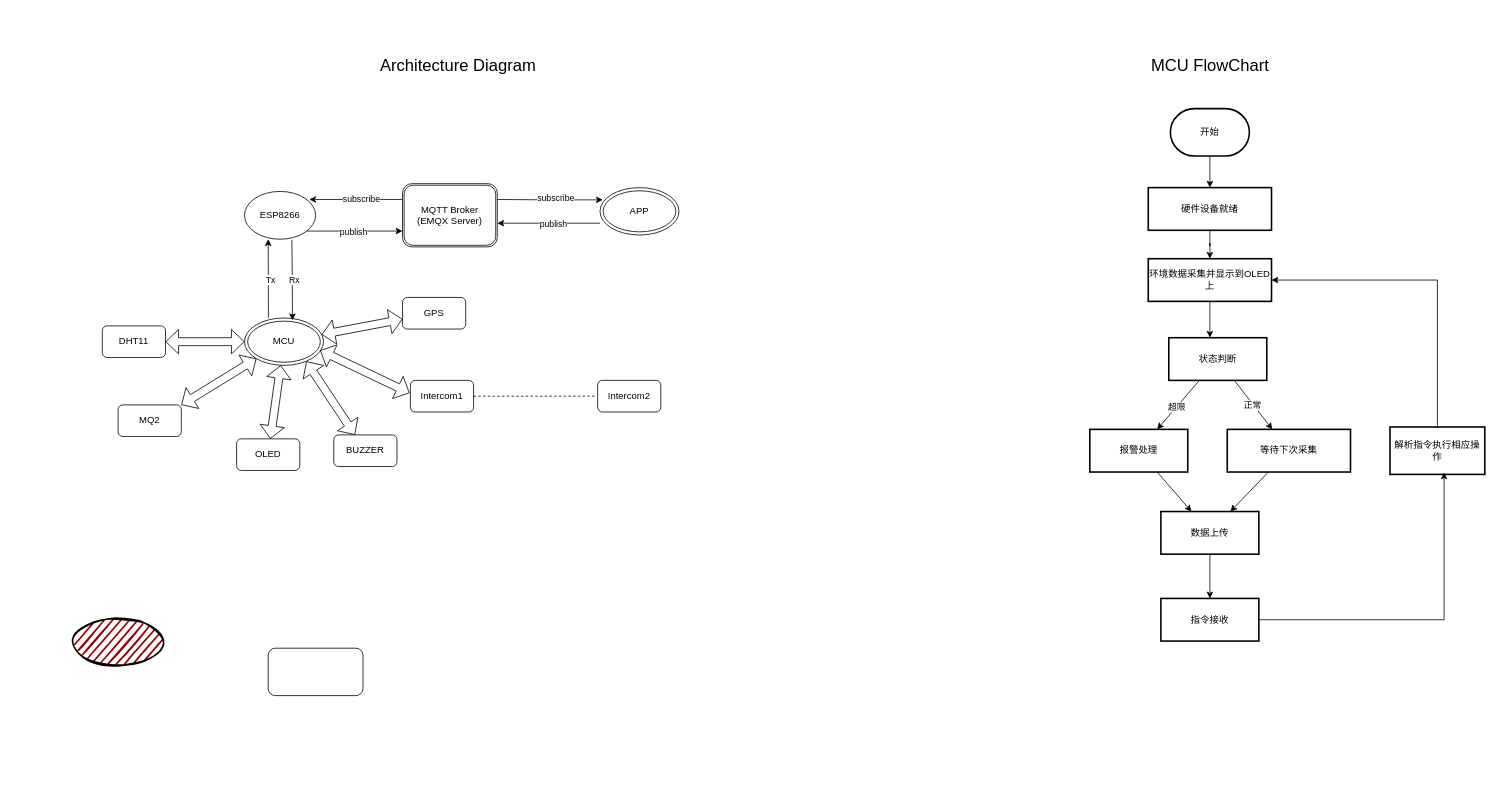
This is 01_Function_Map/MineSafe.drawio from Lee-Txwg/Miner_Helmet, a draw.io file, before an edit. Source tidied: cells renumbered, new cells numbered last; positions are measured from the earlier drawing's top-left corner, leaving out a move shared by most shapes. Both pictures are drawn from the tidied source at 79%, with x=0, y=0 at pixel (70, 49).
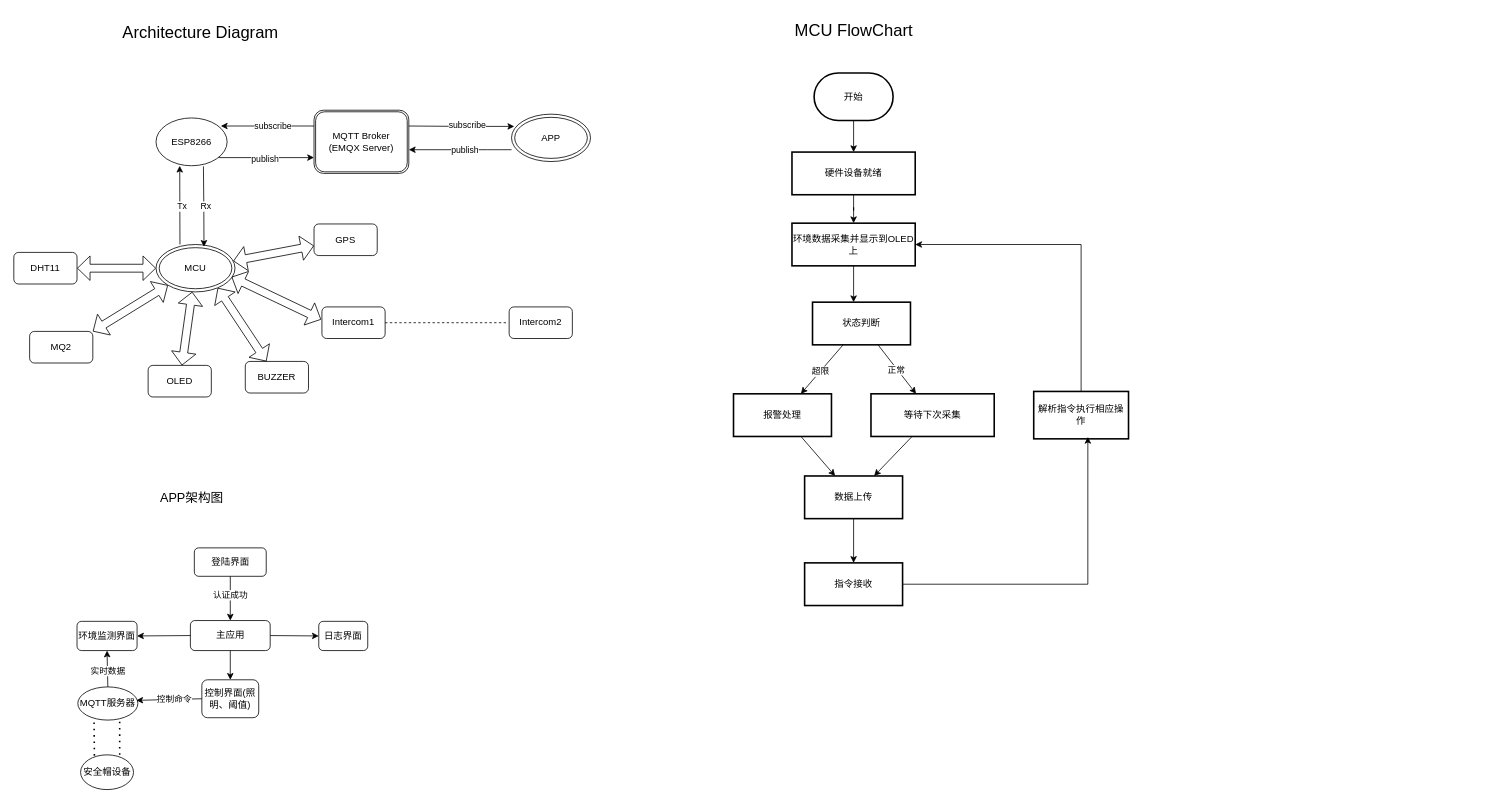
Above is the later version.

The edit, as a diff of the source:
```diff
@@
     <mxCell id="3" value="硬件设备就绪" style="whiteSpace=wrap;strokeWidth=2;" parent="1" vertex="1">
-      <mxGeometry x="1364" y="175" width="156" height="54" as="geometry" />
+      <mxGeometry x="913" y="130" width="156" height="54" as="geometry" />
     </mxCell>
     <mxCell id="4" style="edgeStyle=orthogonalEdgeStyle;rounded=0;jettySize=auto;html=1;" parent="1" edge="1" source="5" target="6">
       <mxGeometry relative="1" as="geometry">
         <Array as="points">
-          <mxPoint x="1442" y="355" />
-          <mxPoint x="1442" y="355" />
+          <mxPoint x="991" y="310" />
+          <mxPoint x="991" y="310" />
         </Array>
       </mxGeometry>
     </mxCell>
     <mxCell id="5" value="环境数据采集并显示到OLED上" style="whiteSpace=wrap;strokeWidth=2;" parent="1" vertex="1">
-      <mxGeometry x="1364" y="265" width="156" height="54" as="geometry" />
+      <mxGeometry x="913" y="220" width="156" height="54" as="geometry" />
     </mxCell>
     <mxCell id="6" value="状态判断" style="whiteSpace=wrap;strokeWidth=2;" parent="1" vertex="1">
-      <mxGeometry x="1390" y="365" width="124" height="54" as="geometry" />
+      <mxGeometry x="939" y="320" width="124" height="54" as="geometry" />
     </mxCell>
     <mxCell id="7" value="报警处理" style="whiteSpace=wrap;strokeWidth=2;" parent="1" vertex="1">
-      <mxGeometry x="1290" y="481" width="124" height="54" as="geometry" />
+      <mxGeometry x="839" y="436" width="124" height="54" as="geometry" />
     </mxCell>
     <mxCell id="8" value="等待下次采集" style="whiteSpace=wrap;strokeWidth=2;" parent="1" vertex="1">
-      <mxGeometry x="1464" y="481" width="156" height="54" as="geometry" />
+      <mxGeometry x="1013" y="436" width="156" height="54" as="geometry" />
     </mxCell>
     <mxCell id="9" value="数据上传" style="whiteSpace=wrap;strokeWidth=2;" parent="1" vertex="1">
-      <mxGeometry x="1380" y="585" width="124" height="54" as="geometry" />
+      <mxGeometry x="929" y="540" width="124" height="54" as="geometry" />
     </mxCell>
     <mxCell id="10" value="指令接收" style="whiteSpace=wrap;strokeWidth=2;" parent="1" vertex="1">
-      <mxGeometry x="1380" y="695" width="124" height="54" as="geometry" />
+      <mxGeometry x="929" y="650" width="124" height="54" as="geometry" />
     </mxCell>
@@
     <mxCell id="19" value="开始" style="strokeWidth=2;html=1;shape=mxgraph.flowchart.terminator;whiteSpace=wrap;" parent="1" vertex="1">
-      <mxGeometry x="1392" y="75" width="100" height="60" as="geometry" />
+      <mxGeometry x="941" y="30" width="100" height="60" as="geometry" />
     </mxCell>
@@
     <mxCell id="21" value="解析指令执行相应操作" style="rounded=0;whiteSpace=wrap;html=1;strokeWidth=2;" parent="1" vertex="1">
-      <mxGeometry x="1670" y="478" width="120" height="60" as="geometry" />
+      <mxGeometry x="1219" y="433" width="120" height="60" as="geometry" />
     </mxCell>
@@
     <mxCell id="23" value="&lt;font style=&quot;font-size: 21px;&quot;&gt;MCU FlowChart&lt;/font&gt;" style="text;html=1;align=center;verticalAlign=middle;strokeColor=none;fillColor=none;strokeWidth=5;" parent="1" vertex="1">
-      <mxGeometry x="1357" width="170" height="40" as="geometry" />
+      <mxGeometry x="906" y="-45" width="170" height="40" as="geometry" />
     </mxCell>
     <mxCell id="24" value="&lt;font style=&quot;font-size: 21px;&quot;&gt;Architecture Diagram&lt;/font&gt;" style="text;html=1;align=center;verticalAlign=middle;strokeColor=none;fillColor=none;strokeWidth=5;" parent="1" vertex="1">
-      <mxGeometry x="380" width="220" height="40" as="geometry" />
+      <mxGeometry x="53.5" y="-42" width="220" height="40" as="geometry" />
     </mxCell>
-    <mxCell id="25" style="rounded=1;whiteSpace=wrap;html=1;" parent="1" vertex="1">
-      <mxGeometry x="250" y="758" width="120" height="60" as="geometry" />
-    </mxCell>
     <mxCell id="26" style="edgeStyle=orthogonalEdgeStyle;rounded=0;orthogonalLoop=1;jettySize=auto;html=1;" parent="1" edge="1">
       <mxGeometry relative="1" as="geometry">
-        <mxPoint x="422" y="190" as="sourcePoint" />
-        <mxPoint x="302" y="190" as="targetPoint" />
+        <mxPoint x="310" y="97" as="sourcePoint" />
+        <mxPoint x="190" y="97" as="targetPoint" />
         <Array as="points">
-          <mxPoint x="392" y="190" />
-          <mxPoint x="392" y="190" />
+          <mxPoint x="280" y="97" />
+          <mxPoint x="280" y="97" />
         </Array>
       </mxGeometry>
     </mxCell>
@@
     <mxCell id="29" value="MQTT Broker&lt;div&gt;&amp;nbsp;(EMQX Server)&amp;nbsp;&lt;/div&gt;" style="shape=ext;double=1;rounded=1;whiteSpace=wrap;html=1;" parent="1" vertex="1">
-      <mxGeometry x="420" y="170" width="120" height="80" as="geometry" />
+      <mxGeometry x="308" y="77" width="120" height="80" as="geometry" />
     </mxCell>
     <mxCell id="30" value="MCU" style="ellipse;shape=doubleEllipse;whiteSpace=wrap;html=1;" parent="1" vertex="1">
-      <mxGeometry x="220" y="340" width="100" height="60" as="geometry" />
+      <mxGeometry x="108" y="247" width="100" height="60" as="geometry" />
     </mxCell>
-    <mxCell id="31" style="ellipse;whiteSpace=wrap;html=1;strokeWidth=2;fillWeight=2;hachureGap=8;fillColor=#990000;fillStyle=dots;sketch=1;" parent="1" vertex="1">
-      <mxGeometry y="720" width="120" height="60" as="geometry" />
-    </mxCell>
     <mxCell id="32" value="APP" style="ellipse;shape=doubleEllipse;whiteSpace=wrap;html=1;" parent="1" vertex="1">
-      <mxGeometry x="670" y="175" width="100" height="60" as="geometry" />
+      <mxGeometry x="558" y="82" width="100" height="60" as="geometry" />
     </mxCell>
     <mxCell id="33" style="edgeStyle=orthogonalEdgeStyle;rounded=0;jettySize=auto;html=1;" parent="1" edge="1" source="35" target="29">
       <mxGeometry relative="1" as="geometry">
         <Array as="points">
-          <mxPoint x="360" y="230" />
-          <mxPoint x="360" y="230" />
+          <mxPoint x="248" y="137" />
+          <mxPoint x="248" y="137" />
         </Array>
       </mxGeometry>
     </mxCell>
@@
     <mxCell id="35" value="ESP8266" style="ellipse;whiteSpace=wrap;html=1;" parent="1" vertex="1">
-      <mxGeometry x="220" y="179.8" width="90" height="60.5" as="geometry" />
+      <mxGeometry x="108" y="86.8" width="90" height="60.5" as="geometry" />
     </mxCell>
     <mxCell id="36" style="endArrow=classic;html=1;rounded=0;exitX=0.4;exitY=0;exitDx=0;exitDy=0;exitPerimeter=0;entryX=0.33;entryY=1.001;entryDx=0;entryDy=0;entryPerimeter=0;" parent="1" edge="1">
       <mxGeometry relative="1" as="geometry">
-        <mxPoint x="250.3" y="339.9" as="sourcePoint" />
-        <mxPoint x="250" y="240.3" as="targetPoint" />
+        <mxPoint x="138.3" y="246.9" as="sourcePoint" />
+        <mxPoint x="138" y="147.3" as="targetPoint" />
       </mxGeometry>
     </mxCell>
@@
     <mxCell id="38" style="edgeStyle=orthogonalEdgeStyle;rounded=0;orthogonalLoop=1;jettySize=auto;html=1;entryX=0.035;entryY=0.592;entryDx=0;entryDy=0;entryPerimeter=0;" parent="1" edge="1">
       <mxGeometry relative="1" as="geometry">
-        <mxPoint x="540" y="190" as="sourcePoint" />
-        <mxPoint x="673.5" y="190.5" as="targetPoint" />
+        <mxPoint x="428" y="97" as="sourcePoint" />
+        <mxPoint x="561.5" y="97.5" as="targetPoint" />
       </mxGeometry>
     </mxCell>
@@
     <mxCell id="40" style="edgeStyle=orthogonalEdgeStyle;rounded=0;orthogonalLoop=1;jettySize=auto;html=1;entryX=1;entryY=0.438;entryDx=0;entryDy=0;entryPerimeter=0;" parent="1" edge="1">
       <mxGeometry relative="1" as="geometry">
-        <mxPoint x="670" y="220" as="sourcePoint" />
-        <mxPoint x="540" y="220" as="targetPoint" />
+        <mxPoint x="558" y="127" as="sourcePoint" />
+        <mxPoint x="428" y="127" as="targetPoint" />
         <Array as="points">
-          <mxPoint x="640" y="220" />
-          <mxPoint x="640" y="220" />
+          <mxPoint x="528" y="127" />
+          <mxPoint x="528" y="127" />
         </Array>
       </mxGeometry>
     </mxCell>
@@
     <mxCell id="42" style="edgeStyle=orthogonalEdgeStyle;rounded=0;orthogonalLoop=1;jettySize=auto;html=1;entryX=0.457;entryY=0.034;entryDx=0;entryDy=0;entryPerimeter=0;" parent="1" edge="1">
       <mxGeometry relative="1" as="geometry">
-        <mxPoint x="280" y="241.1" as="sourcePoint" />
-        <mxPoint x="280.7" y="342.9" as="targetPoint" />
+        <mxPoint x="168" y="148.1" as="sourcePoint" />
+        <mxPoint x="168.7" y="249.9" as="targetPoint" />
       </mxGeometry>
     </mxCell>
@@
     <mxCell id="44" value="MQ2" style="rounded=1;whiteSpace=wrap;html=1;" parent="1" vertex="1">
-      <mxGeometry x="60" y="450" width="80" height="40" as="geometry" />
+      <mxGeometry x="-52" y="357" width="80" height="40" as="geometry" />
     </mxCell>
     <mxCell id="45" value="DHT11" style="rounded=1;whiteSpace=wrap;html=1;" parent="1" vertex="1">
-      <mxGeometry x="40" y="350" width="80" height="40" as="geometry" />
+      <mxGeometry x="-72" y="257" width="80" height="40" as="geometry" />
     </mxCell>
     <mxCell id="46" value="GPS" style="rounded=1;whiteSpace=wrap;html=1;" parent="1" vertex="1">
-      <mxGeometry x="420" y="314" width="80" height="40" as="geometry" />
+      <mxGeometry x="308" y="221" width="80" height="40" as="geometry" />
     </mxCell>
     <mxCell id="47" value="BUZZER" style="rounded=1;whiteSpace=wrap;html=1;" parent="1" vertex="1">
-      <mxGeometry x="333" y="488" width="80" height="40" as="geometry" />
+      <mxGeometry x="221" y="395" width="80" height="40" as="geometry" />
     </mxCell>
     <mxCell id="48" value="OLED" style="rounded=1;whiteSpace=wrap;html=1;" parent="1" vertex="1">
-      <mxGeometry x="210" y="493" width="80" height="40" as="geometry" />
+      <mxGeometry x="98" y="400" width="80" height="40" as="geometry" />
     </mxCell>
@@
     <mxCell id="54" style="shape=flexArrow;endArrow=classic;startArrow=classic;html=1;rounded=0;startSize=5;endSize=5;entryX=0.956;entryY=0.616;entryDx=0;entryDy=0;entryPerimeter=0;" parent="1" edge="1">
       <mxGeometry relative="1" as="geometry">
-        <mxPoint x="429" y="435" as="sourcePoint" />
-        <mxPoint x="315.6" y="381" as="targetPoint" />
+        <mxPoint x="317" y="342" as="sourcePoint" />
+        <mxPoint x="203.6" y="288" as="targetPoint" />
       </mxGeometry>
     </mxCell>
     <mxCell id="55" value="Intercom1" style="rounded=1;whiteSpace=wrap;html=1;" parent="1" vertex="1">
-      <mxGeometry x="430" y="419" width="80" height="40" as="geometry" />
+      <mxGeometry x="318" y="326" width="80" height="40" as="geometry" />
     </mxCell>
     <mxCell id="56" value="Intercom2" style="rounded=1;whiteSpace=wrap;html=1;" parent="1" vertex="1">
-      <mxGeometry x="667" y="419" width="80" height="40" as="geometry" />
+      <mxGeometry x="555" y="326" width="80" height="40" as="geometry" />
     </mxCell>
     <mxCell id="57" style="endArrow=none;dashed=1;html=1;rounded=0;" parent="1" edge="1">
       <mxGeometry relative="1" as="geometry">
-        <mxPoint x="510" y="439" as="sourcePoint" />
-        <mxPoint x="666" y="439" as="targetPoint" />
+        <mxPoint x="398" y="346" as="sourcePoint" />
+        <mxPoint x="554" y="346" as="targetPoint" />
       </mxGeometry>
     </mxCell>
+    <mxCell id="58" value="登陆界面" style="rounded=1;whiteSpace=wrap;html=1;" parent="1" vertex="1">
+      <mxGeometry x="156.5" y="631" width="91" height="36" as="geometry" />
+    </mxCell>
+    <mxCell id="59" value="主应用" style="rounded=1;whiteSpace=wrap;html=1;" parent="1" vertex="1">
+      <mxGeometry x="151.5" y="723" width="101" height="38" as="geometry" />
+    </mxCell>
+    <mxCell id="60" style="endArrow=classic;html=1;rounded=0;exitX=0.5;exitY=1;exitDx=0;exitDy=0;" parent="1" edge="1" source="58" target="59">
+      <mxGeometry relative="1" as="geometry" />
+    </mxCell>
+    <mxCell id="61" value="认证成功" style="edgeLabel;html=1;align=center;verticalAlign=middle;" parent="60" vertex="1">
+      <mxGeometry x="-0.19" y="-1" relative="1" as="geometry" />
+    </mxCell>
+    <mxCell id="62" value="日志界面" style="rounded=1;whiteSpace=wrap;html=1;" parent="1" vertex="1">
+      <mxGeometry x="314" y="724" width="62" height="37" as="geometry" />
+    </mxCell>
+    <mxCell id="63" value="环境监测界面" style="rounded=1;whiteSpace=wrap;html=1;" parent="1" vertex="1">
+      <mxGeometry x="8" y="724" width="76" height="37" as="geometry" />
+    </mxCell>
+    <mxCell id="64" value="控制界面(照明、阈值)" style="rounded=1;whiteSpace=wrap;html=1;" parent="1" vertex="1">
+      <mxGeometry x="166" y="798" width="72" height="48" as="geometry" />
+    </mxCell>
+    <mxCell id="65" style="endArrow=classic;html=1;rounded=0;entryX=1;entryY=0.5;entryDx=0;entryDy=0;exitX=0;exitY=0.5;exitDx=0;exitDy=0;" parent="1" edge="1" source="59" target="63">
+      <mxGeometry relative="1" as="geometry" />
+    </mxCell>
+    <mxCell id="66" style="endArrow=classic;html=1;rounded=0;entryX=0.5;entryY=0;entryDx=0;entryDy=0;exitX=0.5;exitY=1;exitDx=0;exitDy=0;" parent="1" edge="1" source="59" target="64">
+      <mxGeometry relative="1" as="geometry" />
+    </mxCell>
+    <mxCell id="67" style="endArrow=classic;html=1;rounded=0;entryX=0;entryY=0.5;entryDx=0;entryDy=0;exitX=1;exitY=0.5;exitDx=0;exitDy=0;" parent="1" edge="1" source="59" target="62">
+      <mxGeometry relative="1" as="geometry" />
+    </mxCell>
+    <mxCell id="68" value="MQTT服务器" style="ellipse;whiteSpace=wrap;html=1;" parent="1" vertex="1">
+      <mxGeometry x="9" y="807" width="76" height="42" as="geometry" />
+    </mxCell>
+    <mxCell id="69" style="endArrow=classic;html=1;rounded=0;exitX=0;exitY=0.5;exitDx=0;exitDy=0;entryX=0.974;entryY=0.406;entryDx=0;entryDy=0;entryPerimeter=0;" parent="1" edge="1" source="64" target="68">
+      <mxGeometry relative="1" as="geometry" />
+    </mxCell>
+    <mxCell id="70" value="控制命令" style="edgeLabel;html=1;align=center;verticalAlign=middle;" parent="69" vertex="1">
+      <mxGeometry x="-0.14" relative="1" as="geometry" />
+    </mxCell>
+    <mxCell id="71" style="endArrow=classic;html=1;rounded=0;exitX=0.5;exitY=0;exitDx=0;exitDy=0;entryX=0.5;entryY=1;entryDx=0;entryDy=0;" parent="1" edge="1" source="68" target="63">
+      <mxGeometry relative="1" as="geometry" />
+    </mxCell>
+    <mxCell id="72" value="实时数据" style="edgeLabel;html=1;align=center;verticalAlign=middle;" parent="71" vertex="1">
+      <mxGeometry x="0.13" y="1" relative="1" as="geometry">
+        <mxPoint x="1" y="5" as="offset" />
+      </mxGeometry>
+    </mxCell>
+    <mxCell id="73" value="安全帽设备" style="ellipse;whiteSpace=wrap;html=1;" parent="1" vertex="1">
+      <mxGeometry x="12.5" y="893" width="67" height="44" as="geometry" />
+    </mxCell>
+    <mxCell id="74" style="endArrow=none;dashed=1;html=1;dashPattern=1 3;strokeWidth=2;rounded=0;exitX=0.261;exitY=0.023;exitDx=0;exitDy=0;exitPerimeter=0;entryX=0.27;entryY=0.95;entryDx=0;entryDy=0;entryPerimeter=0;" parent="1" edge="1" source="73" target="68">
+      <mxGeometry relative="1" as="geometry" />
+    </mxCell>
+    <mxCell id="75" style="endArrow=none;dashed=1;html=1;dashPattern=1 3;strokeWidth=2;rounded=0;exitX=0.261;exitY=0.023;exitDx=0;exitDy=0;exitPerimeter=0;entryX=0.27;entryY=0.95;entryDx=0;entryDy=0;entryPerimeter=0;" parent="1" edge="1">
+      <mxGeometry relative="1" as="geometry">
+        <mxPoint x="62" y="893" as="sourcePoint" />
+        <mxPoint x="62" y="846" as="targetPoint" />
+      </mxGeometry>
+    </mxCell>
+    <mxCell id="76" value="&lt;font style=&quot;font-size: 16px;&quot;&gt;APP架构图&lt;/font&gt;" style="text;html=1;align=center;verticalAlign=middle;strokeColor=none;fillColor=none;" parent="1" vertex="1">
+      <mxGeometry x="104" y="552" width="98" height="31" as="geometry" />
+    </mxCell>
```
